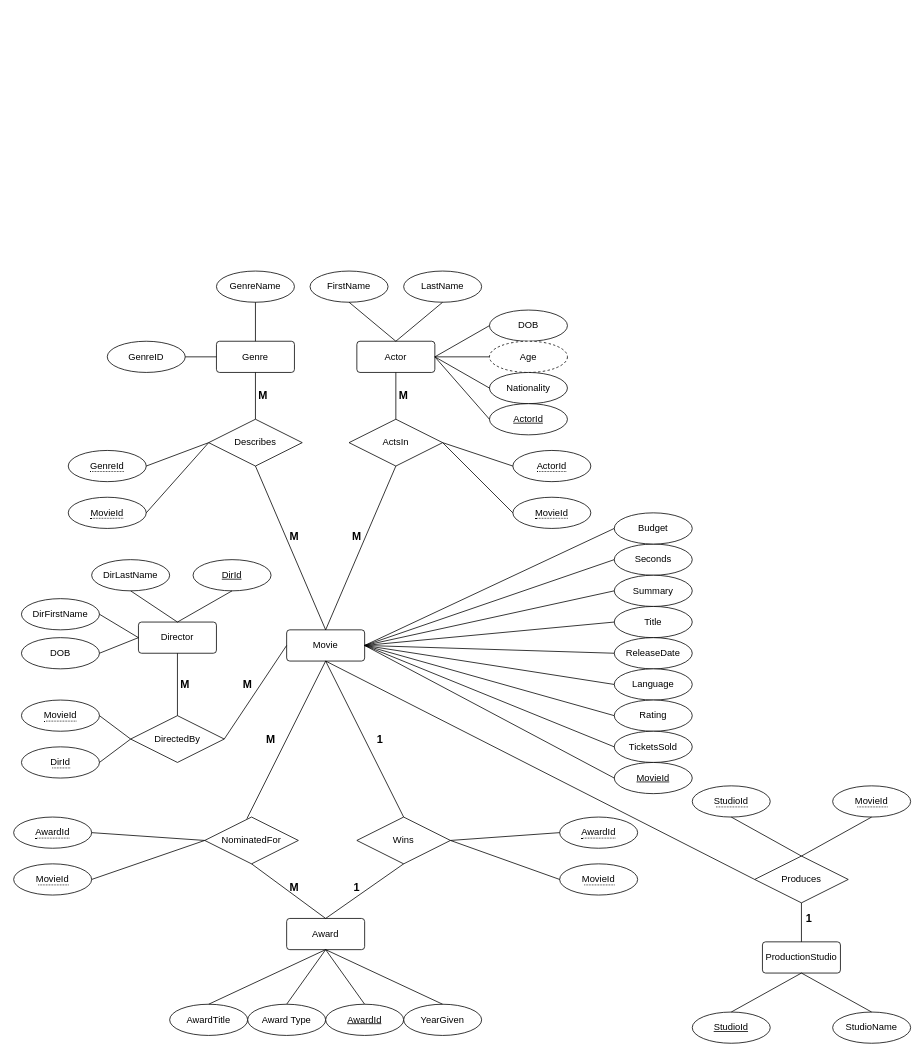
The draw.io diagram initialProjDoc/erDiagram.drawio in jff97/movieWebDatabase, before the edit. Source tidied: cells renumbered, new cells numbered last; positions are measured from the earlier drawing's top-left corner, leaving out a move shared by most shapes. Both pictures are drawn from the tidied source at 78%, with x=0, y=0 at pixel (13, 271).
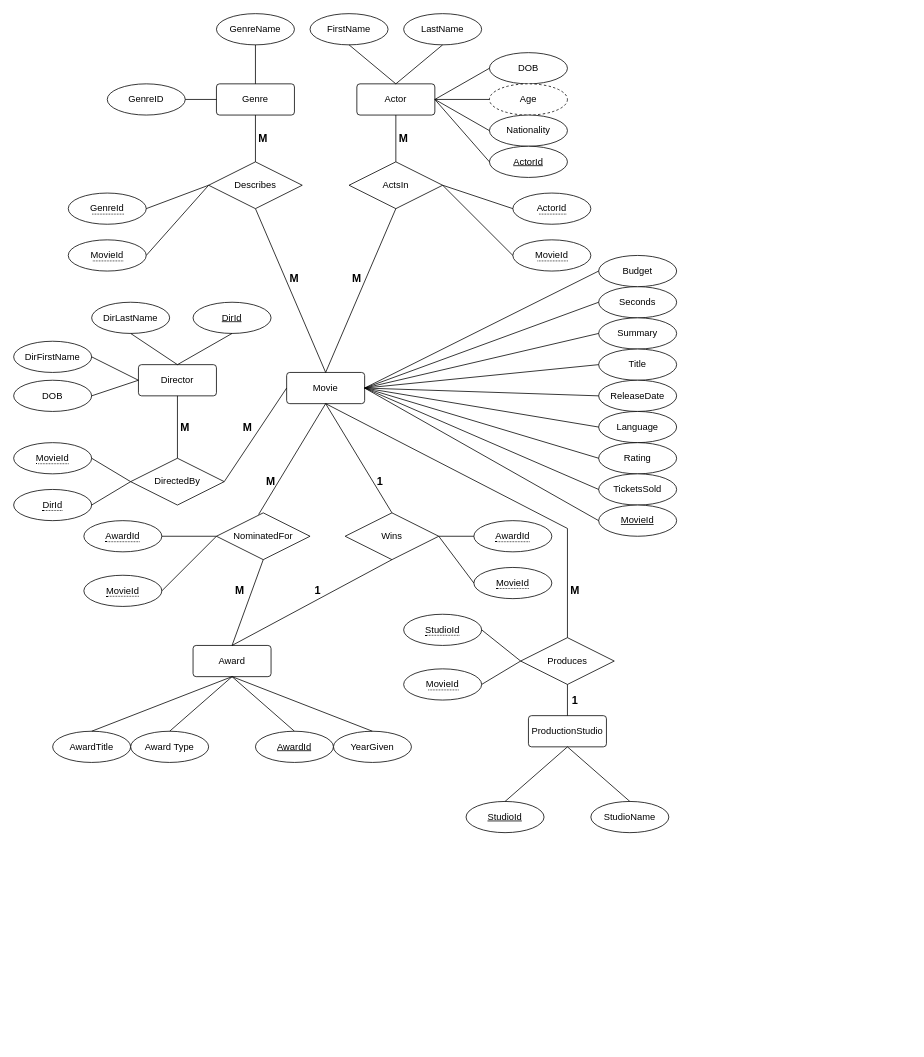
After the change.

Commit message (it also covers changes not shown here):
reformatted er diagram to fit

Diff of the diagram source:
```diff
@@
     <mxCell id="2" value="Movie" style="rounded=1;arcSize=10;whiteSpace=wrap;html=1;align=center;" parent="1" vertex="1">
-      <mxGeometry x="350" y="460" width="100" height="40" as="geometry" />
+      <mxGeometry x="350" y="130" width="100" height="40" as="geometry" />
     </mxCell>
     <mxCell id="3" value="Describes" style="shape=rhombus;perimeter=rhombusPerimeter;whiteSpace=wrap;html=1;align=center;" parent="1" vertex="1">
-      <mxGeometry x="250" y="190" width="120" height="60" as="geometry" />
+      <mxGeometry x="250" y="-140" width="120" height="60" as="geometry" />
     </mxCell>
     <mxCell id="4" value="Genre" style="rounded=1;arcSize=10;whiteSpace=wrap;html=1;align=center;" parent="1" vertex="1">
-      <mxGeometry x="260" y="90" width="100" height="40" as="geometry" />
+      <mxGeometry x="260" y="-240" width="100" height="40" as="geometry" />
     </mxCell>
     <mxCell id="5" value="Actor" style="rounded=1;arcSize=10;whiteSpace=wrap;html=1;align=center;" parent="1" vertex="1">
-      <mxGeometry x="440" y="90" width="100" height="40" as="geometry" />
+      <mxGeometry x="440" y="-240" width="100" height="40" as="geometry" />
     </mxCell>
     <mxCell id="6" value="Wins" style="shape=rhombus;perimeter=rhombusPerimeter;whiteSpace=wrap;html=1;align=center;" parent="1" vertex="1">
-      <mxGeometry x="440" y="700" width="120" height="60" as="geometry" />
+      <mxGeometry x="425" y="310" width="120" height="60" as="geometry" />
     </mxCell>
     <mxCell id="7" value="Award" style="rounded=1;arcSize=10;whiteSpace=wrap;html=1;align=center;" parent="1" vertex="1">
-      <mxGeometry x="350" y="830" width="100" height="40" as="geometry" />
+      <mxGeometry x="230" y="480" width="100" height="40" as="geometry" />
     </mxCell>
     <mxCell id="8" value="NominatedFor" style="shape=rhombus;perimeter=rhombusPerimeter;whiteSpace=wrap;html=1;align=center;" parent="1" vertex="1">
-      <mxGeometry x="245" y="700" width="120" height="60" as="geometry" />
+      <mxGeometry x="260" y="310" width="120" height="60" as="geometry" />
     </mxCell>
     <mxCell id="9" value="ActsIn" style="shape=rhombus;perimeter=rhombusPerimeter;whiteSpace=wrap;html=1;align=center;" parent="1" vertex="1">
-      <mxGeometry x="430" y="190" width="120" height="60" as="geometry" />
+      <mxGeometry x="430" y="-140" width="120" height="60" as="geometry" />
     </mxCell>
     <mxCell id="10" value="GenreName" style="ellipse;whiteSpace=wrap;html=1;align=center;" parent="1" vertex="1">
-      <mxGeometry x="260" width="100" height="40" as="geometry" />
+      <mxGeometry x="260" y="-330" width="100" height="40" as="geometry" />
     </mxCell>
     <mxCell id="11" value="GenreID" style="ellipse;whiteSpace=wrap;html=1;align=center;" parent="1" vertex="1">
-      <mxGeometry x="120" y="90" width="100" height="40" as="geometry" />
+      <mxGeometry x="120" y="-240" width="100" height="40" as="geometry" />
     </mxCell>
     <mxCell id="12" value="Seconds" style="ellipse;whiteSpace=wrap;html=1;align=center;" parent="1" vertex="1">
-      <mxGeometry x="770" y="350" width="100" height="40" as="geometry" />
+      <mxGeometry x="750" y="20" width="100" height="40" as="geometry" />
     </mxCell>
     <mxCell id="13" value="Summary" style="ellipse;whiteSpace=wrap;html=1;align=center;" parent="1" vertex="1">
-      <mxGeometry x="770" y="390" width="100" height="40" as="geometry" />
+      <mxGeometry x="750" y="60" width="100" height="40" as="geometry" />
     </mxCell>
     <mxCell id="14" value="Title" style="ellipse;whiteSpace=wrap;html=1;align=center;" parent="1" vertex="1">
-      <mxGeometry x="770" y="430" width="100" height="40" as="geometry" />
+      <mxGeometry x="750" y="100" width="100" height="40" as="geometry" />
     </mxCell>
     <mxCell id="15" value="ReleaseDate" style="ellipse;whiteSpace=wrap;html=1;align=center;" parent="1" vertex="1">
-      <mxGeometry x="770" y="470" width="100" height="40" as="geometry" />
+      <mxGeometry x="750" y="140" width="100" height="40" as="geometry" />
     </mxCell>
     <mxCell id="16" value="Language" style="ellipse;whiteSpace=wrap;html=1;align=center;" parent="1" vertex="1">
-      <mxGeometry x="770" y="510" width="100" height="40" as="geometry" />
+      <mxGeometry x="750" y="180" width="100" height="40" as="geometry" />
     </mxCell>
     <mxCell id="17" value="Rating" style="ellipse;whiteSpace=wrap;html=1;align=center;" parent="1" vertex="1">
-      <mxGeometry x="770" y="550" width="100" height="40" as="geometry" />
+      <mxGeometry x="750" y="220" width="100" height="40" as="geometry" />
     </mxCell>
     <mxCell id="18" value="TicketsSold" style="ellipse;whiteSpace=wrap;html=1;align=center;" parent="1" vertex="1">
-      <mxGeometry x="770" y="590" width="100" height="40" as="geometry" />
+      <mxGeometry x="750" y="260" width="100" height="40" as="geometry" />
     </mxCell>
     <mxCell id="19" value="Budget" style="ellipse;whiteSpace=wrap;html=1;align=center;" parent="1" vertex="1">
-      <mxGeometry x="770" y="310" width="100" height="40" as="geometry" />
+      <mxGeometry x="750" y="-20" width="100" height="40" as="geometry" />
     </mxCell>
@@
     <mxCell id="28" value="MovieId" style="ellipse;whiteSpace=wrap;html=1;align=center;fontStyle=4;" parent="1" vertex="1">
-      <mxGeometry x="770" y="630" width="100" height="40" as="geometry" />
+      <mxGeometry x="750" y="300" width="100" height="40" as="geometry" />
     </mxCell>
@@
-    <mxCell id="33" style="endArrow=none;html=1;rounded=0;entryX=0.5;entryY=1;entryDx=0;entryDy=0;" parent="1" edge="1" target="2">
-      <mxGeometry relative="1" as="geometry">
-        <mxPoint x="500" y="700" as="sourcePoint" />
-      </mxGeometry>
+    <mxCell id="33" style="endArrow=none;html=1;rounded=0;entryX=0.5;entryY=1;entryDx=0;entryDy=0;exitX=0.5;exitY=0;exitDx=0;exitDy=0;" parent="1" edge="1" source="6" target="2">
+      <mxGeometry relative="1" as="geometry" />
     </mxCell>
@@
     <mxCell id="41" value="FirstName" style="ellipse;whiteSpace=wrap;html=1;align=center;" parent="1" vertex="1">
-      <mxGeometry x="380" width="100" height="40" as="geometry" />
+      <mxGeometry x="380" y="-330" width="100" height="40" as="geometry" />
     </mxCell>
@@
     <mxCell id="43" value="LastName" style="ellipse;whiteSpace=wrap;html=1;align=center;" parent="1" vertex="1">
-      <mxGeometry x="500" width="100" height="40" as="geometry" />
+      <mxGeometry x="500" y="-330" width="100" height="40" as="geometry" />
     </mxCell>
     <mxCell id="44" value="DOB" style="ellipse;whiteSpace=wrap;html=1;align=center;" parent="1" vertex="1">
-      <mxGeometry x="610" y="50" width="100" height="40" as="geometry" />
+      <mxGeometry x="610" y="-280" width="100" height="40" as="geometry" />
     </mxCell>
     <mxCell id="45" value="Age" style="ellipse;whiteSpace=wrap;html=1;align=center;dashed=1;" parent="1" vertex="1">
-      <mxGeometry x="610" y="90" width="100" height="40" as="geometry" />
+      <mxGeometry x="610" y="-240" width="100" height="40" as="geometry" />
     </mxCell>
     <mxCell id="46" value="Nationality" style="ellipse;whiteSpace=wrap;html=1;align=center;" parent="1" vertex="1">
-      <mxGeometry x="610" y="130" width="100" height="40" as="geometry" />
+      <mxGeometry x="610" y="-200" width="100" height="40" as="geometry" />
     </mxCell>
@@
     <mxCell id="51" value="ActorId" style="ellipse;whiteSpace=wrap;html=1;align=center;fontStyle=4;" parent="1" vertex="1">
-      <mxGeometry x="610" y="170" width="100" height="40" as="geometry" />
+      <mxGeometry x="610" y="-160" width="100" height="40" as="geometry" />
     </mxCell>
@@
     <mxCell id="53" value="DirectedBy" style="shape=rhombus;perimeter=rhombusPerimeter;whiteSpace=wrap;html=1;align=center;" parent="1" vertex="1">
-      <mxGeometry x="150" y="570" width="120" height="60" as="geometry" />
+      <mxGeometry x="150" y="240" width="120" height="60" as="geometry" />
     </mxCell>
     <mxCell id="54" value="Director" style="rounded=1;arcSize=10;whiteSpace=wrap;html=1;align=center;" parent="1" vertex="1">
-      <mxGeometry x="160" y="450" width="100" height="40" as="geometry" />
+      <mxGeometry x="160" y="120" width="100" height="40" as="geometry" />
     </mxCell>
@@
     <mxCell id="56" value="DirLastName" style="ellipse;whiteSpace=wrap;html=1;align=center;" parent="1" vertex="1">
-      <mxGeometry x="100" y="370" width="100" height="40" as="geometry" />
+      <mxGeometry x="100" y="40" width="100" height="40" as="geometry" />
     </mxCell>
     <mxCell id="57" value="DirId" style="ellipse;whiteSpace=wrap;html=1;align=center;fontStyle=4;" parent="1" vertex="1">
-      <mxGeometry x="230" y="370" width="100" height="40" as="geometry" />
+      <mxGeometry x="230" y="40" width="100" height="40" as="geometry" />
     </mxCell>
     <mxCell id="58" value="DOB" style="ellipse;whiteSpace=wrap;html=1;align=center;" parent="1" vertex="1">
-      <mxGeometry x="10" y="470" width="100" height="40" as="geometry" />
+      <mxGeometry y="140" width="100" height="40" as="geometry" />
     </mxCell>
@@
     <mxCell id="62" value="&lt;span style=&quot;border-bottom: 1px dotted&quot;&gt;DirId&lt;/span&gt;" style="ellipse;whiteSpace=wrap;html=1;align=center;" parent="1" vertex="1">
-      <mxGeometry x="10" y="610" width="100" height="40" as="geometry" />
+      <mxGeometry y="280" width="100" height="40" as="geometry" />
     </mxCell>
     <mxCell id="63" value="&lt;span style=&quot;border-bottom: 1px dotted&quot;&gt;MovieId&lt;/span&gt;" style="ellipse;whiteSpace=wrap;html=1;align=center;" parent="1" vertex="1">
-      <mxGeometry x="10" y="550" width="100" height="40" as="geometry" />
+      <mxGeometry y="220" width="100" height="40" as="geometry" />
     </mxCell>
     <mxCell id="64" value="AwardTitle" style="ellipse;whiteSpace=wrap;html=1;align=center;" parent="1" vertex="1">
-      <mxGeometry x="200" y="940" width="100" height="40" as="geometry" />
+      <mxGeometry x="50" y="590" width="100" height="40" as="geometry" />
     </mxCell>
     <mxCell id="65" value="YearGiven" style="ellipse;whiteSpace=wrap;html=1;align=center;" parent="1" vertex="1">
-      <mxGeometry x="500" y="940" width="100" height="40" as="geometry" />
+      <mxGeometry x="410" y="590" width="100" height="40" as="geometry" />
     </mxCell>
     <mxCell id="66" value="Award Type" style="ellipse;whiteSpace=wrap;html=1;align=center;" parent="1" vertex="1">
-      <mxGeometry x="300" y="940" width="100" height="40" as="geometry" />
+      <mxGeometry x="150" y="590" width="100" height="40" as="geometry" />
     </mxCell>
     <mxCell id="67" value="DirFirstName" style="ellipse;whiteSpace=wrap;html=1;align=center;" parent="1" vertex="1">
-      <mxGeometry x="10" y="420" width="100" height="40" as="geometry" />
+      <mxGeometry y="90" width="100" height="40" as="geometry" />
     </mxCell>
@@
     <mxCell id="71" value="AwardId" style="ellipse;whiteSpace=wrap;html=1;align=center;fontStyle=4;" parent="1" vertex="1">
-      <mxGeometry x="400" y="940" width="100" height="40" as="geometry" />
+      <mxGeometry x="310" y="590" width="100" height="40" as="geometry" />
     </mxCell>
@@
     <mxCell id="73" value="&lt;span style=&quot;border-bottom: 1px dotted&quot;&gt;AwardId&lt;/span&gt;" style="ellipse;whiteSpace=wrap;html=1;align=center;" parent="1" vertex="1">
-      <mxGeometry y="700" width="100" height="40" as="geometry" />
+      <mxGeometry x="90" y="320" width="100" height="40" as="geometry" />
     </mxCell>
@@
     <mxCell id="75" value="&lt;span style=&quot;border-bottom: 1px dotted&quot;&gt;MovieId&lt;/span&gt;" style="ellipse;whiteSpace=wrap;html=1;align=center;" parent="1" vertex="1">
-      <mxGeometry y="760" width="100" height="40" as="geometry" />
+      <mxGeometry x="90" y="390" width="100" height="40" as="geometry" />
     </mxCell>
@@
     <mxCell id="77" value="&lt;span style=&quot;border-bottom: 1px dotted&quot;&gt;AwardId&lt;/span&gt;" style="ellipse;whiteSpace=wrap;html=1;align=center;" parent="1" vertex="1">
-      <mxGeometry x="700" y="700" width="100" height="40" as="geometry" />
+      <mxGeometry x="590" y="320" width="100" height="40" as="geometry" />
     </mxCell>
     <mxCell id="78" value="&lt;span style=&quot;border-bottom: 1px dotted&quot;&gt;MovieId&lt;/span&gt;" style="ellipse;whiteSpace=wrap;html=1;align=center;" parent="1" vertex="1">
-      <mxGeometry x="700" y="760" width="100" height="40" as="geometry" />
+      <mxGeometry x="590" y="380" width="100" height="40" as="geometry" />
     </mxCell>
@@
     <mxCell id="81" value="&lt;span style=&quot;border-bottom: 1px dotted&quot;&gt;GenreId&lt;/span&gt;" style="ellipse;whiteSpace=wrap;html=1;align=center;" parent="1" vertex="1">
-      <mxGeometry x="70" y="230" width="100" height="40" as="geometry" />
+      <mxGeometry x="70" y="-100" width="100" height="40" as="geometry" />
     </mxCell>
     <mxCell id="82" value="&lt;span style=&quot;border-bottom: 1px dotted&quot;&gt;MovieId&lt;/span&gt;" style="ellipse;whiteSpace=wrap;html=1;align=center;" parent="1" vertex="1">
-      <mxGeometry x="70" y="290" width="100" height="40" as="geometry" />
+      <mxGeometry x="70" y="-40" width="100" height="40" as="geometry" />
     </mxCell>
@@
     <mxCell id="85" value="&lt;span style=&quot;border-bottom: 1px dotted&quot;&gt;ActorId&lt;/span&gt;" style="ellipse;whiteSpace=wrap;html=1;align=center;" parent="1" vertex="1">
-      <mxGeometry x="640" y="230" width="100" height="40" as="geometry" />
+      <mxGeometry x="640" y="-100" width="100" height="40" as="geometry" />
     </mxCell>
     <mxCell id="86" value="&lt;span style=&quot;border-bottom: 1px dotted&quot;&gt;MovieId&lt;/span&gt;" style="ellipse;whiteSpace=wrap;html=1;align=center;" parent="1" vertex="1">
-      <mxGeometry x="640" y="290" width="100" height="40" as="geometry" />
+      <mxGeometry x="640" y="-40" width="100" height="40" as="geometry" />
     </mxCell>
@@
     <mxCell id="89" value="&lt;span style=&quot;font-size: 14px;&quot;&gt;&lt;b&gt;1&lt;br&gt;&lt;/b&gt;&lt;/span&gt;" style="text;html=1;strokeColor=none;fillColor=none;align=center;verticalAlign=middle;whiteSpace=wrap;rounded=0;" parent="1" vertex="1">
-      <mxGeometry x="1010" y="820" width="20" height="20" as="geometry" />
+      <mxGeometry x="710" y="540" width="20" height="20" as="geometry" />
     </mxCell>
     <mxCell id="90" value="&lt;b&gt;&lt;font style=&quot;font-size: 14px;&quot;&gt;M&lt;/font&gt;&lt;/b&gt;" style="text;html=1;strokeColor=none;fillColor=none;align=center;verticalAlign=middle;whiteSpace=wrap;rounded=0;" parent="1" vertex="1">
-      <mxGeometry x="310" y="150" width="20" height="20" as="geometry" />
+      <mxGeometry x="310" y="-180" width="20" height="20" as="geometry" />
     </mxCell>
     <mxCell id="91" value="&lt;b&gt;&lt;font style=&quot;font-size: 14px;&quot;&gt;M&lt;/font&gt;&lt;/b&gt;" style="text;html=1;strokeColor=none;fillColor=none;align=center;verticalAlign=middle;whiteSpace=wrap;rounded=0;" parent="1" vertex="1">
-      <mxGeometry x="490" y="150" width="20" height="20" as="geometry" />
+      <mxGeometry x="490" y="-180" width="20" height="20" as="geometry" />
     </mxCell>
     <mxCell id="92" value="&lt;span style=&quot;font-size: 14px;&quot;&gt;&lt;b&gt;1&lt;br&gt;&lt;/b&gt;&lt;/span&gt;" style="text;html=1;strokeColor=none;fillColor=none;align=center;verticalAlign=middle;whiteSpace=wrap;rounded=0;" parent="1" vertex="1">
-      <mxGeometry x="430" y="780" width="20" height="20" as="geometry" />
+      <mxGeometry x="380" y="400" width="20" height="20" as="geometry" />
     </mxCell>
     <mxCell id="93" value="&lt;b&gt;&lt;font style=&quot;font-size: 14px;&quot;&gt;M&lt;/font&gt;&lt;/b&gt;" style="text;html=1;strokeColor=none;fillColor=none;align=center;verticalAlign=middle;whiteSpace=wrap;rounded=0;" parent="1" vertex="1">
-      <mxGeometry x="350" y="780" width="20" height="20" as="geometry" />
+      <mxGeometry x="280" y="400" width="20" height="20" as="geometry" />
     </mxCell>
     <mxCell id="94" value="ProductionStudio" style="rounded=1;arcSize=10;whiteSpace=wrap;html=1;align=center;" parent="1" vertex="1">
-      <mxGeometry x="960" y="860" width="100" height="40" as="geometry" />
+      <mxGeometry x="660" y="570" width="100" height="40" as="geometry" />
     </mxCell>
     <mxCell id="95" value="Produces" style="shape=rhombus;perimeter=rhombusPerimeter;whiteSpace=wrap;html=1;align=center;" parent="1" vertex="1">
-      <mxGeometry x="950" y="750" width="120" height="60" as="geometry" />
+      <mxGeometry x="650" y="470" width="120" height="60" as="geometry" />
     </mxCell>
@@
     <mxCell id="97" value="StudioId" style="ellipse;whiteSpace=wrap;html=1;align=center;fontStyle=4;" parent="1" vertex="1">
-      <mxGeometry x="870" y="950" width="100" height="40" as="geometry" />
+      <mxGeometry x="580" y="680" width="100" height="40" as="geometry" />
     </mxCell>
     <mxCell id="98" value="StudioName" style="ellipse;whiteSpace=wrap;html=1;align=center;" parent="1" vertex="1">
-      <mxGeometry x="1050" y="950" width="100" height="40" as="geometry" />
+      <mxGeometry x="740" y="680" width="100" height="40" as="geometry" />
     </mxCell>
@@
     <mxCell id="101" value="&lt;span style=&quot;border-bottom: 1px dotted&quot;&gt;StudioId&lt;/span&gt;" style="ellipse;whiteSpace=wrap;html=1;align=center;" parent="1" vertex="1">
-      <mxGeometry x="870" y="660" width="100" height="40" as="geometry" />
+      <mxGeometry x="500" y="440" width="100" height="40" as="geometry" />
     </mxCell>
     <mxCell id="102" value="&lt;span style=&quot;border-bottom: 1px dotted&quot;&gt;MovieId&lt;/span&gt;" style="ellipse;whiteSpace=wrap;html=1;align=center;" parent="1" vertex="1">
-      <mxGeometry x="1050" y="660" width="100" height="40" as="geometry" />
+      <mxGeometry x="500" y="510" width="100" height="40" as="geometry" />
     </mxCell>
-    <mxCell id="103" style="endArrow=none;html=1;rounded=0;exitX=0.5;exitY=1;exitDx=0;exitDy=0;entryX=0.5;entryY=0;entryDx=0;entryDy=0;" parent="1" edge="1" source="101" target="95">
-      <mxGeometry relative="1" as="geometry" />
-    </mxCell>
-    <mxCell id="104" style="endArrow=none;html=1;rounded=0;exitX=0.5;exitY=1;exitDx=0;exitDy=0;entryX=0.5;entryY=0;entryDx=0;entryDy=0;" parent="1" edge="1" source="102" target="95">
-      <mxGeometry relative="1" as="geometry" />
-    </mxCell>
@@
     <mxCell id="109" value="&lt;b&gt;&lt;font style=&quot;font-size: 14px;&quot;&gt;M&lt;/font&gt;&lt;/b&gt;" style="text;html=1;strokeColor=none;fillColor=none;align=center;verticalAlign=middle;whiteSpace=wrap;rounded=0;" parent="1" vertex="1">
-      <mxGeometry x="290" y="520" width="20" height="20" as="geometry" />
+      <mxGeometry x="290" y="190" width="20" height="20" as="geometry" />
     </mxCell>
     <mxCell id="110" value="&lt;b&gt;&lt;font style=&quot;font-size: 14px;&quot;&gt;M&lt;/font&gt;&lt;/b&gt;" style="text;html=1;strokeColor=none;fillColor=none;align=center;verticalAlign=middle;whiteSpace=wrap;rounded=0;" parent="1" vertex="1">
-      <mxGeometry x="210" y="520" width="20" height="20" as="geometry" />
+      <mxGeometry x="210" y="190" width="20" height="20" as="geometry" />
     </mxCell>
     <mxCell id="111" value="&lt;span style=&quot;font-size: 14px;&quot;&gt;&lt;b&gt;1&lt;br&gt;&lt;/b&gt;&lt;/span&gt;" style="text;html=1;strokeColor=none;fillColor=none;align=center;verticalAlign=middle;whiteSpace=wrap;rounded=0;" parent="1" vertex="1">
-      <mxGeometry x="460" y="590" width="20" height="20" as="geometry" />
+      <mxGeometry x="460" y="260" width="20" height="20" as="geometry" />
     </mxCell>
     <mxCell id="112" value="&lt;b&gt;&lt;font style=&quot;font-size: 14px;&quot;&gt;M&lt;/font&gt;&lt;/b&gt;" style="text;html=1;strokeColor=none;fillColor=none;align=center;verticalAlign=middle;whiteSpace=wrap;rounded=0;" parent="1" vertex="1">
-      <mxGeometry x="320" y="590" width="20" height="20" as="geometry" />
+      <mxGeometry x="320" y="260" width="20" height="20" as="geometry" />
     </mxCell>
     <mxCell id="113" value="&lt;b&gt;&lt;font style=&quot;font-size: 14px;&quot;&gt;M&lt;/font&gt;&lt;/b&gt;" style="text;html=1;strokeColor=none;fillColor=none;align=center;verticalAlign=middle;whiteSpace=wrap;rounded=0;" parent="1" vertex="1">
-      <mxGeometry x="350" y="330" width="20" height="20" as="geometry" />
+      <mxGeometry x="350" width="20" height="20" as="geometry" />
     </mxCell>
     <mxCell id="114" value="&lt;b&gt;&lt;font style=&quot;font-size: 14px;&quot;&gt;M&lt;/font&gt;&lt;/b&gt;" style="text;html=1;strokeColor=none;fillColor=none;align=center;verticalAlign=middle;whiteSpace=wrap;rounded=0;" parent="1" vertex="1">
-      <mxGeometry x="430" y="330" width="20" height="20" as="geometry" />
+      <mxGeometry x="430" width="20" height="20" as="geometry" />
     </mxCell>
-    <mxCell id="115" style="endArrow=none;html=1;rounded=0;exitX=0.5;exitY=1;exitDx=0;exitDy=0;entryX=0;entryY=0.5;entryDx=0;entryDy=0;" parent="1" edge="1" source="2" target="95">
-      <mxGeometry relative="1" as="geometry" />
+    <mxCell id="115" style="endArrow=none;html=1;rounded=0;exitX=0.5;exitY=1;exitDx=0;exitDy=0;entryX=0.5;entryY=0;entryDx=0;entryDy=0;" parent="1" edge="1" source="2" target="95">
+      <mxGeometry relative="1" as="geometry">
+        <Array as="points">
+          <mxPoint x="710" y="330" />
+        </Array>
+      </mxGeometry>
     </mxCell>
+    <mxCell id="116" value="&lt;b&gt;&lt;font style=&quot;font-size: 14px;&quot;&gt;M&lt;/font&gt;&lt;/b&gt;" style="text;html=1;strokeColor=none;fillColor=none;align=center;verticalAlign=middle;whiteSpace=wrap;rounded=0;" parent="1" vertex="1">
+      <mxGeometry x="710" y="400" width="20" height="20" as="geometry" />
+    </mxCell>
+    <mxCell id="103" style="endArrow=none;html=1;rounded=0;entryX=0;entryY=0.5;entryDx=0;entryDy=0;exitX=1;exitY=0.5;exitDx=0;exitDy=0;" parent="1" edge="1" source="101" target="95">
+      <mxGeometry relative="1" as="geometry" />
+    </mxCell>
+    <mxCell id="104" style="endArrow=none;html=1;rounded=0;entryX=0;entryY=0.5;entryDx=0;entryDy=0;exitX=1;exitY=0.5;exitDx=0;exitDy=0;" parent="1" edge="1" source="102" target="95">
+      <mxGeometry relative="1" as="geometry" />
+    </mxCell>
```
